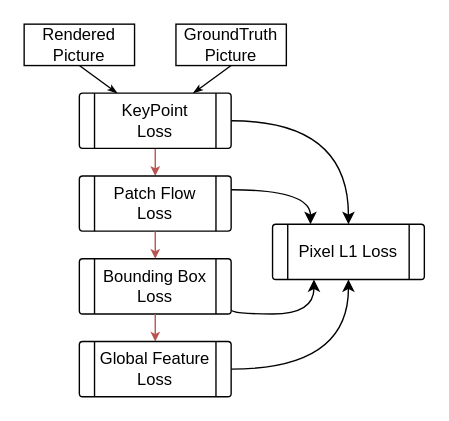
Above: multi_level_loss.drawio in ShaySheng/myImageHostingService (draw.io), before the change. Source tidied: cells renumbered, new cells numbered last; positions are measured from the earlier drawing's top-left corner, leaving out a move shared by most shapes. Both pictures are drawn from the tidied source at 138%, with x=0, y=0 at pixel (23, 23).
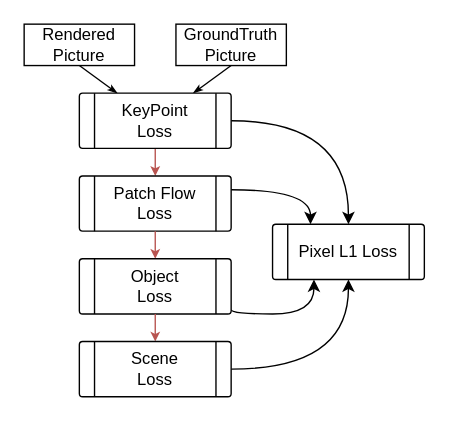
The same diagram, later.

What changed in the source:
```diff
@@
 <mxGraphModel>
   <root>
     <mxCell id="0" />
     <mxCell id="1" parent="0" />
     <mxCell id="2" style="rounded=0;jettySize=auto;html=1;exitX=0.5;exitY=1;exitDx=0;exitDy=0;entryX=0.25;entryY=0;entryDx=0;entryDy=0;endSize=4;endArrow=classicThin;endFill=1;" parent="1" edge="1" source="3" target="8">
       <mxGeometry relative="1" as="geometry" />
     </mxCell>
     <mxCell id="3" value="Rendered&lt;div&gt;Picture&lt;/div&gt;" style="rounded=0;whiteSpace=wrap;html=1;" parent="1" vertex="1">
       <mxGeometry width="80" height="30" as="geometry" />
     </mxCell>
     <mxCell id="4" style="rounded=0;jettySize=auto;html=1;exitX=0.5;exitY=1;exitDx=0;exitDy=0;entryX=0.75;entryY=0;entryDx=0;entryDy=0;endArrow=classicThin;endFill=1;endSize=4;" parent="1" edge="1" source="5" target="8">
       <mxGeometry relative="1" as="geometry" />
     </mxCell>
     <mxCell id="5" value="GroundTruth&lt;div&gt;Picture&lt;/div&gt;" style="rounded=0;whiteSpace=wrap;html=1;" parent="1" vertex="1">
       <mxGeometry x="110" width="80" height="30" as="geometry" />
     </mxCell>
     <mxCell id="6" style="edgeStyle=orthogonalEdgeStyle;rounded=0;jettySize=auto;html=1;exitX=0.5;exitY=1;exitDx=0;exitDy=0;entryX=0.5;entryY=0;entryDx=0;entryDy=0;endSize=4;fillColor=#f8cecc;strokeColor=#b85450;" parent="1" edge="1" source="8" target="10">
       <mxGeometry relative="1" as="geometry" />
     </mxCell>
     <mxCell id="7" style="rounded=0;jettySize=auto;html=1;exitX=1;exitY=0.5;exitDx=0;exitDy=0;entryX=0.5;entryY=0;entryDx=0;entryDy=0;edgeStyle=orthogonalEdgeStyle;curved=1;" parent="1" edge="1" source="8" target="17">
       <mxGeometry relative="1" as="geometry" />
     </mxCell>
     <mxCell id="8" value="KeyPoint&lt;div&gt;Loss&lt;/div&gt;" style="verticalLabelPosition=middle;verticalAlign=middle;html=1;shape=process;whiteSpace=wrap;rounded=1;size=0.1;arcSize=6;labelPosition=center;align=center;" parent="1" vertex="1">
       <mxGeometry x="40" y="50" width="110" height="40" as="geometry" />
     </mxCell>
     <mxCell id="9" style="edgeStyle=orthogonalEdgeStyle;rounded=0;jettySize=auto;html=1;exitX=1;exitY=0.25;exitDx=0;exitDy=0;entryX=0.25;entryY=0;entryDx=0;entryDy=0;curved=1;" parent="1" edge="1" source="10" target="17">
       <mxGeometry relative="1" as="geometry" />
     </mxCell>
     <mxCell id="10" value="&lt;div&gt;Patch Flow&lt;/div&gt;&lt;div&gt;Loss&lt;/div&gt;" style="verticalLabelPosition=middle;verticalAlign=middle;html=1;shape=process;whiteSpace=wrap;rounded=1;size=0.1;arcSize=6;labelPosition=center;align=center;" parent="1" vertex="1">
       <mxGeometry x="40" y="110" width="110" height="40" as="geometry" />
     </mxCell>
     <mxCell id="11" style="rounded=0;jettySize=auto;html=1;exitX=0.5;exitY=1;exitDx=0;exitDy=0;entryX=0.5;entryY=0;entryDx=0;entryDy=0;endSize=4;fillColor=#f8cecc;strokeColor=#b85450;" parent="1" edge="1" source="10" target="13">
       <mxGeometry relative="1" as="geometry" />
     </mxCell>
     <mxCell id="12" style="edgeStyle=orthogonalEdgeStyle;rounded=0;jettySize=auto;html=1;entryX=0;entryY=0.75;entryDx=0;entryDy=0;curved=1;exitX=1.001;exitY=0.925;exitDx=0;exitDy=0;exitPerimeter=0;" parent="1" edge="1" source="13">
       <mxGeometry relative="1" as="geometry">
         <mxPoint x="210" y="185" as="targetPoint" />
         <Array as="points">
           <mxPoint x="150" y="210" />
           <mxPoint x="210" y="210" />
         </Array>
       </mxGeometry>
     </mxCell>
-    <mxCell id="13" value="Bounding Box&lt;div&gt;Loss&lt;/div&gt;" style="verticalLabelPosition=middle;verticalAlign=middle;html=1;shape=process;whiteSpace=wrap;rounded=1;size=0.1;arcSize=6;labelPosition=center;align=center;" parent="1" vertex="1">
+    <mxCell id="13" value="Object&lt;div&gt;Loss&lt;/div&gt;" style="verticalLabelPosition=middle;verticalAlign=middle;html=1;shape=process;whiteSpace=wrap;rounded=1;size=0.1;arcSize=6;labelPosition=center;align=center;" parent="1" vertex="1">
       <mxGeometry x="40" y="170" width="110" height="40" as="geometry" />
     </mxCell>
     <mxCell id="14" style="rounded=0;jettySize=auto;html=1;exitX=0.5;exitY=1;exitDx=0;exitDy=0;entryX=0.5;entryY=0;entryDx=0;entryDy=0;endSize=4;fillColor=#f8cecc;strokeColor=#b85450;" parent="1" edge="1" source="13" target="16">
       <mxGeometry relative="1" as="geometry" />
     </mxCell>
     <mxCell id="15" style="edgeStyle=orthogonalEdgeStyle;rounded=0;jettySize=auto;html=1;exitX=1;exitY=0.5;exitDx=0;exitDy=0;entryX=0.5;entryY=1;entryDx=0;entryDy=0;curved=1;" parent="1" edge="1" source="16" target="17">
       <mxGeometry relative="1" as="geometry" />
     </mxCell>
-    <mxCell id="16" value="&lt;div&gt;Global Feature&lt;/div&gt;&lt;div&gt;Loss&lt;/div&gt;" style="verticalLabelPosition=middle;verticalAlign=middle;html=1;shape=process;whiteSpace=wrap;rounded=1;size=0.1;arcSize=6;labelPosition=center;align=center;" parent="1" vertex="1">
+    <mxCell id="16" value="&lt;div&gt;Scene&lt;/div&gt;&lt;div&gt;Loss&lt;/div&gt;" style="verticalLabelPosition=middle;verticalAlign=middle;html=1;shape=process;whiteSpace=wrap;rounded=1;size=0.1;arcSize=6;labelPosition=center;align=center;" parent="1" vertex="1">
       <mxGeometry x="40" y="230" width="110" height="40" as="geometry" />
     </mxCell>
     <mxCell id="17" value="&lt;div&gt;Pixel L1&amp;nbsp;&lt;span style=&quot;background-color: initial;&quot;&gt;Loss&lt;/span&gt;&lt;/div&gt;" style="verticalLabelPosition=middle;verticalAlign=middle;html=1;shape=process;whiteSpace=wrap;rounded=1;size=0.1;arcSize=6;labelPosition=center;align=center;" parent="1" vertex="1">
       <mxGeometry x="180" y="145" width="110" height="40" as="geometry" />
     </mxCell>
   </root>
 </mxGraphModel>
```
